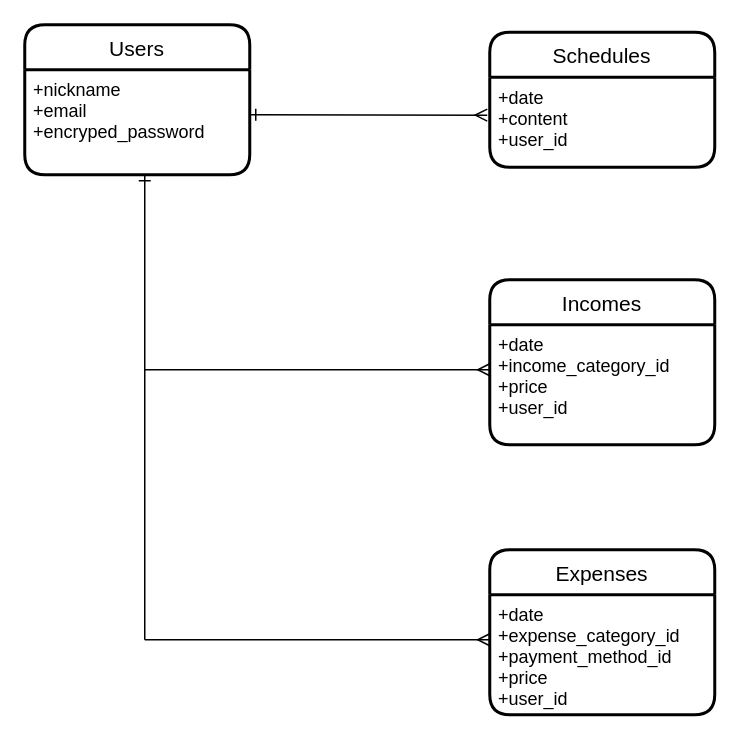
Above: test.dio in sakki1226/calender (draw.io), before the change. Source tidied: cells renumbered, new cells numbered last; positions are measured from the earlier drawing's top-left corner, leaving out a move shared by most shapes. Both pictures are drawn from the tidied source at 150%, with x=0, y=0 at pixel (24, 24).
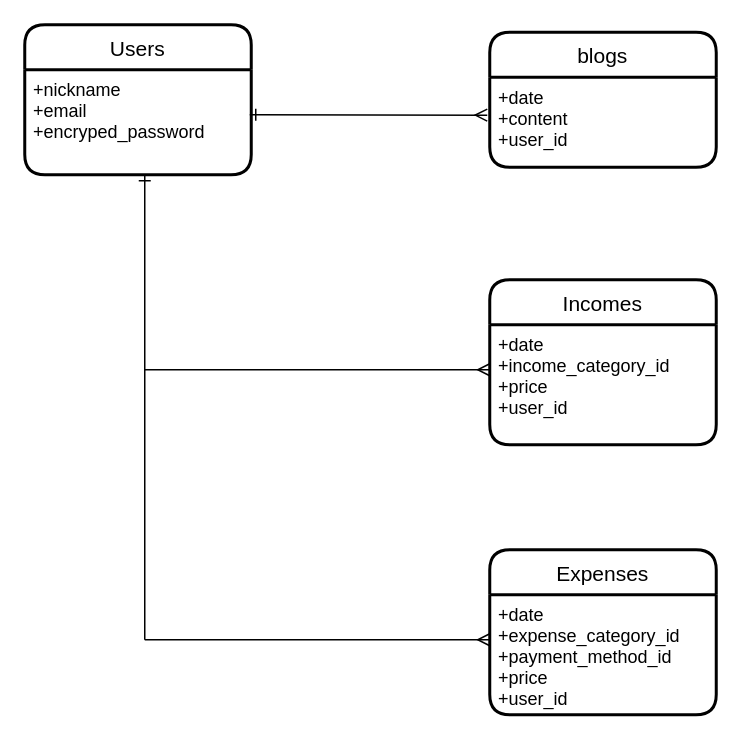
The same page after the edit.

Diff of the diagram source:
```diff
@@
 <mxGraphModel>
   <root>
     <mxCell id="0" />
     <mxCell id="1" parent="0" />
     <mxCell id="2" value="Users" style="swimlane;horizontal=1;startSize=30;rounded=1;fontSize=14;fontStyle=0;strokeWidth=2;shadow=0;dashed=0;align=center;" parent="1" vertex="1">
-      <mxGeometry width="150" height="100" as="geometry" />
+      <mxGeometry width="151" height="100" as="geometry" />
     </mxCell>
     <mxCell id="3" value="+nickname&#10;+email&#10;+encryped_password&#10;" style="align=left;strokeColor=none;fillColor=none;spacingLeft=4;fontSize=12;verticalAlign=top;" parent="2" vertex="1">
-      <mxGeometry y="30" width="150" height="70" as="geometry" />
+      <mxGeometry y="30" width="151" height="70" as="geometry" />
     </mxCell>
-    <mxCell id="4" value="Schedules" style="swimlane;horizontal=1;startSize=30;rounded=1;fontSize=14;fontStyle=0;strokeWidth=2;shadow=0;dashed=0;align=center;" parent="1" vertex="1">
-      <mxGeometry x="310" y="5" width="150" height="90" as="geometry" />
+    <mxCell id="4" value="blogs" style="swimlane;horizontal=1;startSize=30;rounded=1;fontSize=14;fontStyle=0;strokeWidth=2;shadow=0;dashed=0;align=center;" parent="1" vertex="1">
+      <mxGeometry x="310" y="5" width="151" height="90" as="geometry" />
     </mxCell>
     <mxCell id="5" value="+date&#10;+content&#10;+user_id&#10;" style="align=left;strokeColor=none;fillColor=none;spacingLeft=4;fontSize=12;verticalAlign=top;" parent="4" vertex="1">
-      <mxGeometry y="30" width="150" height="60" as="geometry" />
+      <mxGeometry y="30" width="151" height="60" as="geometry" />
     </mxCell>
     <mxCell id="6" value="Incomes" style="swimlane;horizontal=1;startSize=30;rounded=1;fontSize=14;fontStyle=0;strokeWidth=2;shadow=0;dashed=0;align=center;" parent="1" vertex="1">
-      <mxGeometry x="310" y="170" width="150" height="110" as="geometry" />
+      <mxGeometry x="310" y="170" width="151" height="110" as="geometry" />
     </mxCell>
     <mxCell id="7" value="+date&#10;+income_category_id&#10;+price&#10;+user_id&#10;" style="align=left;strokeColor=none;fillColor=none;spacingLeft=4;fontSize=12;verticalAlign=top;" parent="6" vertex="1">
-      <mxGeometry y="30" width="150" height="80" as="geometry" />
+      <mxGeometry y="30" width="151" height="80" as="geometry" />
     </mxCell>
     <mxCell id="8" value="Expenses" style="swimlane;horizontal=1;startSize=30;rounded=1;fontSize=14;fontStyle=0;strokeWidth=2;shadow=0;dashed=0;align=center;" parent="1" vertex="1">
-      <mxGeometry x="310" y="350" width="150" height="110" as="geometry" />
+      <mxGeometry x="310" y="350" width="151" height="110" as="geometry" />
     </mxCell>
     <mxCell id="9" value="+date&#10;+expense_category_id&#10;+payment_method_id&#10;+price&#10;+user_id&#10;" style="align=left;strokeColor=none;fillColor=none;spacingLeft=4;fontSize=12;verticalAlign=top;" parent="8" vertex="1">
-      <mxGeometry y="30" width="150" height="80" as="geometry" />
+      <mxGeometry y="30" width="151" height="80" as="geometry" />
     </mxCell>
     <mxCell id="10" style="edgeStyle=none;html=1;entryX=-0.011;entryY=0.421;entryDx=0;entryDy=0;startArrow=ERone;startFill=0;endArrow=ERmany;endFill=0;entryPerimeter=0;" parent="1" edge="1" target="5">
       <mxGeometry relative="1" as="geometry">
         <mxPoint x="150" y="60" as="sourcePoint" />
       </mxGeometry>
     </mxCell>
     <mxCell id="11" style="endArrow=none;html=1;rounded=0;startArrow=ERone;startFill=0;" parent="1" edge="1">
       <mxGeometry relative="1" as="geometry">
         <mxPoint x="80" y="100" as="sourcePoint" />
         <mxPoint x="80" y="410" as="targetPoint" />
       </mxGeometry>
     </mxCell>
     <mxCell id="12" style="endArrow=ERmany;html=1;rounded=0;endFill=0;" parent="1" edge="1">
       <mxGeometry relative="1" as="geometry">
         <mxPoint x="80" y="230" as="sourcePoint" />
         <mxPoint x="310" y="230" as="targetPoint" />
       </mxGeometry>
     </mxCell>
     <mxCell id="13" style="endArrow=ERmany;html=1;rounded=0;endFill=0;" parent="1" edge="1">
       <mxGeometry relative="1" as="geometry">
         <mxPoint x="80" y="410" as="sourcePoint" />
         <mxPoint x="310" y="410" as="targetPoint" />
       </mxGeometry>
     </mxCell>
   </root>
 </mxGraphModel>
```
